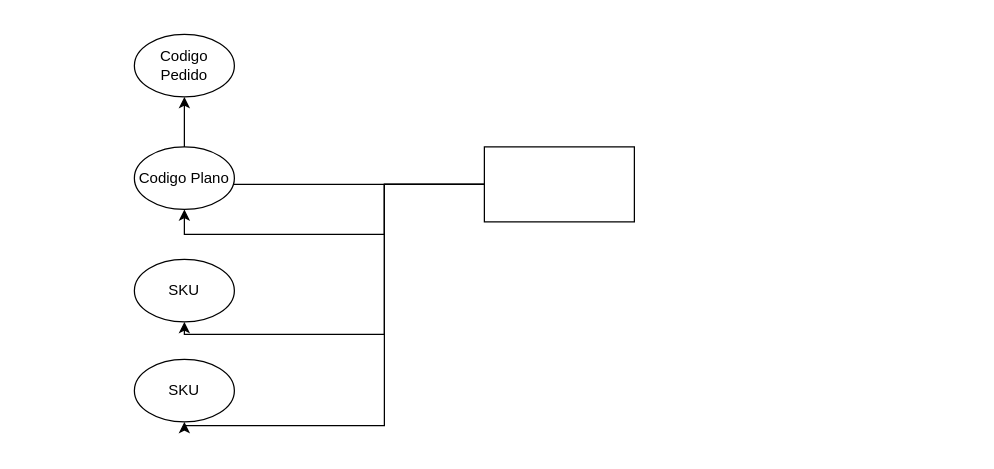
This is Esyworld_BI.drawio from raphael-anjos/sql, a draw.io file, before an edit. Source tidied: cells renumbered, new cells numbered last; positions are measured from the earlier drawing's top-left corner, leaving out a move shared by most shapes. Both pictures are drawn from the tidied source at 125%, with x=0, y=0 at pixel (134, 34).
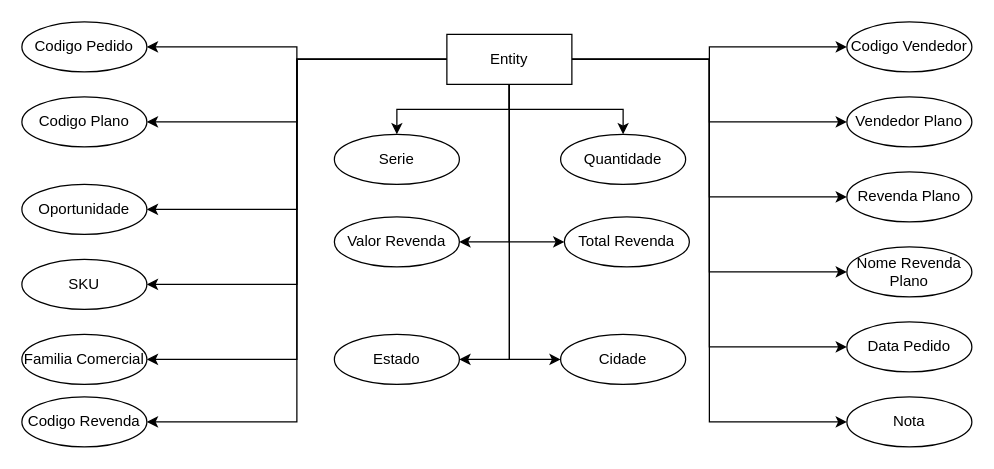
Above is the later version.

Commit message:
Modelo de dados BI Esy - ModeloFaturamento

What changed in the source:
```diff
@@
-    <mxCell id="2" style="edgeStyle=orthogonalEdgeStyle;rounded=0;jettySize=auto;html=1;exitX=0;exitY=0.5;exitDx=0;exitDy=0;entryX=0.5;entryY=1;entryDx=0;entryDy=0;" parent="1" edge="1" source="6" target="7">
-      <mxGeometry relative="1" as="geometry" />
-    </mxCell>
-    <mxCell id="3" style="edgeStyle=orthogonalEdgeStyle;rounded=0;jettySize=auto;html=1;exitX=0;exitY=0.5;exitDx=0;exitDy=0;entryX=0.5;entryY=1;entryDx=0;entryDy=0;" parent="1" edge="1" source="6" target="8">
-      <mxGeometry relative="1" as="geometry">
-        <Array as="points">
-          <mxPoint x="200" y="120" />
-          <mxPoint x="200" y="160" />
-          <mxPoint x="40" y="160" />
-        </Array>
-      </mxGeometry>
-    </mxCell>
-    <mxCell id="4" style="edgeStyle=orthogonalEdgeStyle;rounded=0;jettySize=auto;html=1;exitX=0;exitY=0.5;exitDx=0;exitDy=0;entryX=0.5;entryY=1;entryDx=0;entryDy=0;" parent="1" edge="1" source="6" target="9">
-      <mxGeometry relative="1" as="geometry">
-        <Array as="points">
-          <mxPoint x="200" y="120" />
-          <mxPoint x="200" y="240" />
-          <mxPoint x="40" y="240" />
-        </Array>
-      </mxGeometry>
-    </mxCell>
-    <mxCell id="5" style="edgeStyle=orthogonalEdgeStyle;rounded=0;jettySize=auto;html=1;exitX=0;exitY=0.5;exitDx=0;exitDy=0;entryX=0.5;entryY=1;entryDx=0;entryDy=0;" parent="1" edge="1" source="6" target="10">
-      <mxGeometry relative="1" as="geometry">
-        <Array as="points">
-          <mxPoint x="200" y="120" />
-          <mxPoint x="200" y="313" />
-          <mxPoint x="40" y="313" />
-        </Array>
-      </mxGeometry>
-    </mxCell>
-    <mxCell id="6" style="rounded=0;whiteSpace=wrap;html=1;" parent="1" vertex="1">
-      <mxGeometry x="280" y="90" width="120" height="60" as="geometry" />
-    </mxCell>
+    <mxCell id="11" style="edgeStyle=orthogonalEdgeStyle;rounded=0;jettySize=auto;html=1;exitX=0;exitY=0.5;exitDx=0;exitDy=0;entryX=1;entryY=0.5;entryDx=0;entryDy=0;" parent="1" edge="1" source="29" target="7">
+      <mxGeometry relative="1" as="geometry" />
+    </mxCell>
+    <mxCell id="12" style="edgeStyle=orthogonalEdgeStyle;rounded=0;jettySize=auto;html=1;exitX=0;exitY=0.5;exitDx=0;exitDy=0;entryX=1;entryY=0.5;entryDx=0;entryDy=0;" parent="1" edge="1" source="29" target="8">
+      <mxGeometry relative="1" as="geometry" />
+    </mxCell>
+    <mxCell id="13" style="edgeStyle=orthogonalEdgeStyle;rounded=0;jettySize=auto;html=1;exitX=0;exitY=0.5;exitDx=0;exitDy=0;entryX=1;entryY=0.5;entryDx=0;entryDy=0;" parent="1" edge="1" source="29" target="30">
+      <mxGeometry relative="1" as="geometry" />
+    </mxCell>
+    <mxCell id="14" style="edgeStyle=orthogonalEdgeStyle;rounded=0;jettySize=auto;html=1;exitX=0;exitY=0.5;exitDx=0;exitDy=0;entryX=1;entryY=0.5;entryDx=0;entryDy=0;" parent="1" edge="1" source="29" target="31">
+      <mxGeometry relative="1" as="geometry" />
+    </mxCell>
+    <mxCell id="15" style="edgeStyle=orthogonalEdgeStyle;rounded=0;jettySize=auto;html=1;exitX=0;exitY=0.5;exitDx=0;exitDy=0;entryX=1;entryY=0.5;entryDx=0;entryDy=0;" parent="1" edge="1" source="29" target="32">
+      <mxGeometry relative="1" as="geometry" />
+    </mxCell>
+    <mxCell id="16" style="edgeStyle=orthogonalEdgeStyle;rounded=0;jettySize=auto;html=1;exitX=0;exitY=0.5;exitDx=0;exitDy=0;entryX=1;entryY=0.5;entryDx=0;entryDy=0;" parent="1" edge="1" source="29" target="35">
+      <mxGeometry relative="1" as="geometry" />
+    </mxCell>
+    <mxCell id="17" style="edgeStyle=orthogonalEdgeStyle;rounded=0;jettySize=auto;html=1;exitX=1;exitY=0.5;exitDx=0;exitDy=0;entryX=0;entryY=0.5;entryDx=0;entryDy=0;" parent="1" edge="1" source="29" target="45">
+      <mxGeometry relative="1" as="geometry" />
+    </mxCell>
+    <mxCell id="18" style="edgeStyle=orthogonalEdgeStyle;rounded=0;jettySize=auto;html=1;exitX=1;exitY=0.5;exitDx=0;exitDy=0;entryX=0;entryY=0.5;entryDx=0;entryDy=0;" parent="1" edge="1" source="29" target="44">
+      <mxGeometry relative="1" as="geometry" />
+    </mxCell>
+    <mxCell id="19" style="edgeStyle=orthogonalEdgeStyle;rounded=0;jettySize=auto;html=1;exitX=1;exitY=0.5;exitDx=0;exitDy=0;entryX=0;entryY=0.5;entryDx=0;entryDy=0;" parent="1" edge="1" source="29" target="43">
+      <mxGeometry relative="1" as="geometry" />
+    </mxCell>
+    <mxCell id="20" style="edgeStyle=orthogonalEdgeStyle;rounded=0;jettySize=auto;html=1;exitX=1;exitY=0.5;exitDx=0;exitDy=0;entryX=0;entryY=0.5;entryDx=0;entryDy=0;" parent="1" edge="1" source="29" target="42">
+      <mxGeometry relative="1" as="geometry" />
+    </mxCell>
+    <mxCell id="21" style="edgeStyle=orthogonalEdgeStyle;rounded=0;jettySize=auto;html=1;exitX=1;exitY=0.5;exitDx=0;exitDy=0;entryX=0;entryY=0.5;entryDx=0;entryDy=0;" parent="1" edge="1" source="29" target="41">
+      <mxGeometry relative="1" as="geometry" />
+    </mxCell>
+    <mxCell id="22" style="edgeStyle=orthogonalEdgeStyle;rounded=0;jettySize=auto;html=1;exitX=1;exitY=0.5;exitDx=0;exitDy=0;entryX=0;entryY=0.5;entryDx=0;entryDy=0;" parent="1" edge="1" source="29" target="34">
+      <mxGeometry relative="1" as="geometry" />
+    </mxCell>
+    <mxCell id="23" style="edgeStyle=orthogonalEdgeStyle;rounded=0;jettySize=auto;html=1;exitX=0.5;exitY=1;exitDx=0;exitDy=0;entryX=0.5;entryY=0;entryDx=0;entryDy=0;" parent="1" edge="1" source="29" target="39">
+      <mxGeometry relative="1" as="geometry" />
+    </mxCell>
+    <mxCell id="24" style="edgeStyle=orthogonalEdgeStyle;rounded=0;jettySize=auto;html=1;exitX=0.5;exitY=1;exitDx=0;exitDy=0;entryX=0.5;entryY=0;entryDx=0;entryDy=0;" parent="1" edge="1" source="29" target="33">
+      <mxGeometry relative="1" as="geometry" />
+    </mxCell>
+    <mxCell id="25" style="edgeStyle=orthogonalEdgeStyle;rounded=0;jettySize=auto;html=1;exitX=0.5;exitY=1;exitDx=0;exitDy=0;entryX=1;entryY=0.5;entryDx=0;entryDy=0;" parent="1" edge="1" source="29" target="38">
+      <mxGeometry relative="1" as="geometry" />
+    </mxCell>
+    <mxCell id="26" style="edgeStyle=orthogonalEdgeStyle;rounded=0;jettySize=auto;html=1;exitX=0.5;exitY=1;exitDx=0;exitDy=0;entryX=0;entryY=0.5;entryDx=0;entryDy=0;" parent="1" edge="1" source="29" target="40">
+      <mxGeometry relative="1" as="geometry" />
+    </mxCell>
+    <mxCell id="27" style="edgeStyle=orthogonalEdgeStyle;rounded=0;jettySize=auto;html=1;exitX=0.5;exitY=1;exitDx=0;exitDy=0;entryX=1;entryY=0.5;entryDx=0;entryDy=0;" parent="1" edge="1" source="29" target="36">
+      <mxGeometry relative="1" as="geometry" />
+    </mxCell>
+    <mxCell id="28" style="edgeStyle=orthogonalEdgeStyle;rounded=0;jettySize=auto;html=1;exitX=0.5;exitY=1;exitDx=0;exitDy=0;entryX=0;entryY=0.5;entryDx=0;entryDy=0;" parent="1" edge="1" source="29" target="37">
+      <mxGeometry relative="1" as="geometry" />
+    </mxCell>
+    <mxCell id="29" value="Entity" style="whiteSpace=wrap;html=1;align=center;" parent="1" vertex="1">
+      <mxGeometry x="250" width="100" height="40" as="geometry" />
+    </mxCell>
-    <mxCell id="7" value="Codigo Pedido" style="ellipse;whiteSpace=wrap;html=1;" parent="1" vertex="1">
-      <mxGeometry width="80" height="50" as="geometry" />
+    <mxCell id="7" value="Codigo Pedido" style="ellipse;whiteSpace=wrap;html=1;align=center;" parent="1" vertex="1">
+      <mxGeometry x="-90" y="-10" width="100" height="40" as="geometry" />
     </mxCell>
-    <mxCell id="8" value="&lt;div&gt;Codigo Plano&lt;/div&gt;" style="ellipse;whiteSpace=wrap;html=1;" parent="1" vertex="1">
-      <mxGeometry y="90" width="80" height="50" as="geometry" />
+    <mxCell id="8" value="Codigo Plano" style="ellipse;whiteSpace=wrap;html=1;align=center;" parent="1" vertex="1">
+      <mxGeometry x="-90" y="50" width="100" height="40" as="geometry" />
     </mxCell>
-    <mxCell id="9" value="SKU" style="ellipse;whiteSpace=wrap;html=1;" parent="1" vertex="1">
-      <mxGeometry y="180" width="80" height="50" as="geometry" />
-    </mxCell>
-    <mxCell id="10" value="SKU" style="ellipse;whiteSpace=wrap;html=1;" parent="1" vertex="1">
-      <mxGeometry y="260" width="80" height="50" as="geometry" />
-    </mxCell>
+    <mxCell id="30" value="Oportunidade" style="ellipse;whiteSpace=wrap;html=1;align=center;" parent="1" vertex="1">
+      <mxGeometry x="-90" y="120" width="100" height="40" as="geometry" />
+    </mxCell>
+    <mxCell id="31" value="SKU" style="ellipse;whiteSpace=wrap;html=1;align=center;" parent="1" vertex="1">
+      <mxGeometry x="-90" y="180" width="100" height="40" as="geometry" />
+    </mxCell>
+    <mxCell id="32" value="Familia Comercial" style="ellipse;whiteSpace=wrap;html=1;align=center;" parent="1" vertex="1">
+      <mxGeometry x="-90" y="240" width="100" height="40" as="geometry" />
+    </mxCell>
+    <mxCell id="33" value="Quantidade" style="ellipse;whiteSpace=wrap;html=1;align=center;" parent="1" vertex="1">
+      <mxGeometry x="341" y="80" width="100" height="40" as="geometry" />
+    </mxCell>
+    <mxCell id="34" value="Nota" style="ellipse;whiteSpace=wrap;html=1;align=center;" parent="1" vertex="1">
+      <mxGeometry x="570" y="290" width="100" height="40" as="geometry" />
+    </mxCell>
+    <mxCell id="35" value="Codigo Revenda" style="ellipse;whiteSpace=wrap;html=1;align=center;" parent="1" vertex="1">
+      <mxGeometry x="-90" y="290" width="100" height="40" as="geometry" />
+    </mxCell>
+    <mxCell id="36" value="Estado" style="ellipse;whiteSpace=wrap;html=1;align=center;" parent="1" vertex="1">
+      <mxGeometry x="160" y="240" width="100" height="40" as="geometry" />
+    </mxCell>
+    <mxCell id="37" value="Cidade" style="ellipse;whiteSpace=wrap;html=1;align=center;" parent="1" vertex="1">
+      <mxGeometry x="341" y="240" width="100" height="40" as="geometry" />
+    </mxCell>
+    <mxCell id="38" value="Valor Revenda" style="ellipse;whiteSpace=wrap;html=1;align=center;" parent="1" vertex="1">
+      <mxGeometry x="160" y="146" width="100" height="40" as="geometry" />
+    </mxCell>
+    <mxCell id="39" value="Serie" style="ellipse;whiteSpace=wrap;html=1;align=center;" parent="1" vertex="1">
+      <mxGeometry x="160" y="80" width="100" height="40" as="geometry" />
+    </mxCell>
+    <mxCell id="40" value="Total Revenda" style="ellipse;whiteSpace=wrap;html=1;align=center;" parent="1" vertex="1">
+      <mxGeometry x="344" y="146" width="100" height="40" as="geometry" />
+    </mxCell>
+    <mxCell id="41" value="Data Pedido" style="ellipse;whiteSpace=wrap;html=1;align=center;" parent="1" vertex="1">
+      <mxGeometry x="570" y="230" width="100" height="40" as="geometry" />
+    </mxCell>
+    <mxCell id="42" value="Nome Revenda Plano" style="ellipse;whiteSpace=wrap;html=1;align=center;" parent="1" vertex="1">
+      <mxGeometry x="570" y="170" width="100" height="40" as="geometry" />
+    </mxCell>
+    <mxCell id="43" value="Revenda Plano" style="ellipse;whiteSpace=wrap;html=1;align=center;" parent="1" vertex="1">
+      <mxGeometry x="570" y="110" width="100" height="40" as="geometry" />
+    </mxCell>
+    <mxCell id="44" value="Vendedor Plano" style="ellipse;whiteSpace=wrap;html=1;align=center;" parent="1" vertex="1">
+      <mxGeometry x="570" y="50" width="100" height="40" as="geometry" />
+    </mxCell>
+    <mxCell id="45" value="Codigo Vendedor" style="ellipse;whiteSpace=wrap;html=1;align=center;" parent="1" vertex="1">
+      <mxGeometry x="570" y="-10" width="100" height="40" as="geometry" />
+    </mxCell>
```
